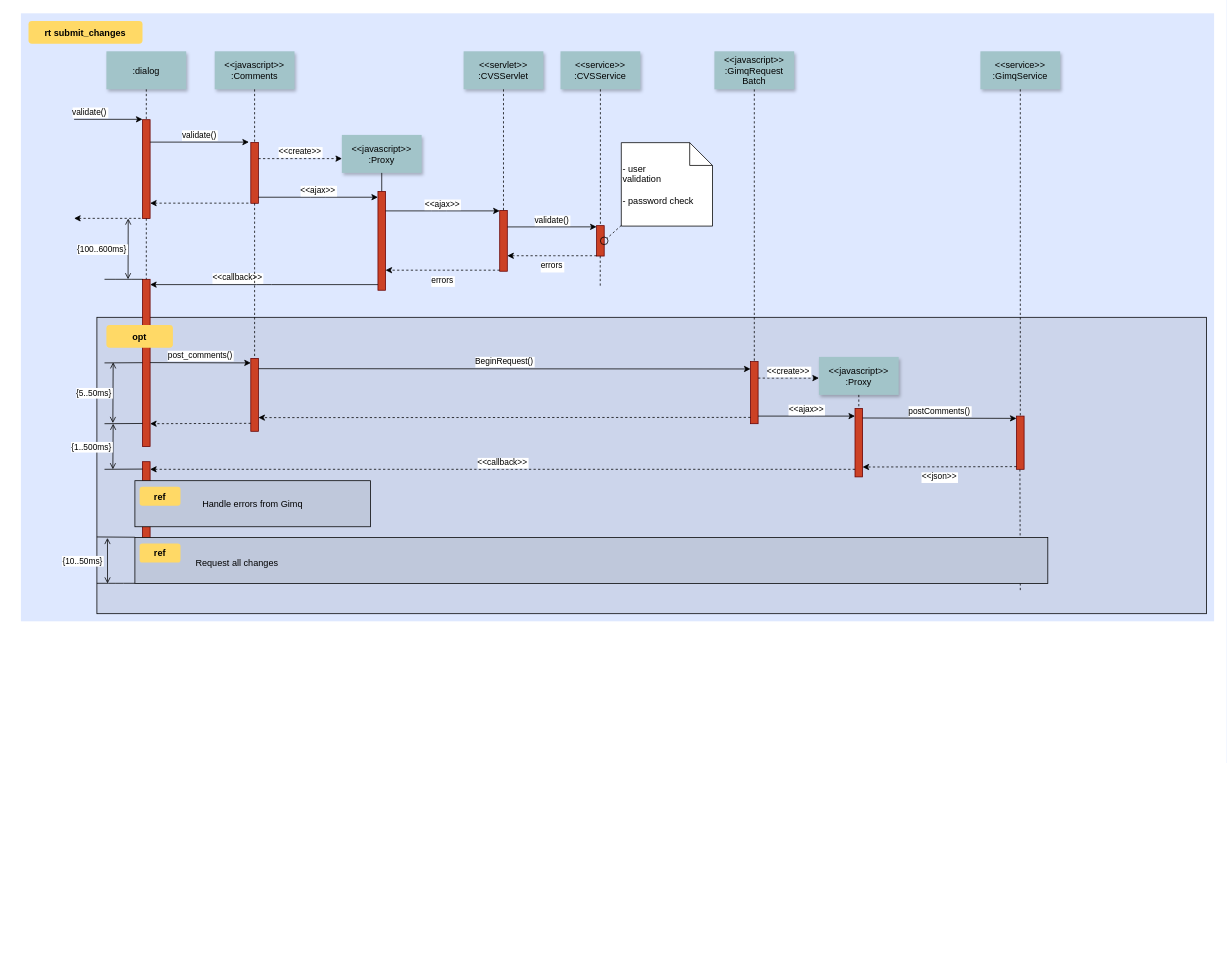
Above: 规则执行逻辑.drawio in Pumpkin9841/pictures (draw.io), before the change. Source tidied: cells renumbered, new cells numbered last; positions are measured from the earlier drawing's top-left corner, leaving out a move shared by most shapes. Both pictures are drawn from the tidied source at 76%, with x=0, y=0 at pixel (21, 13).
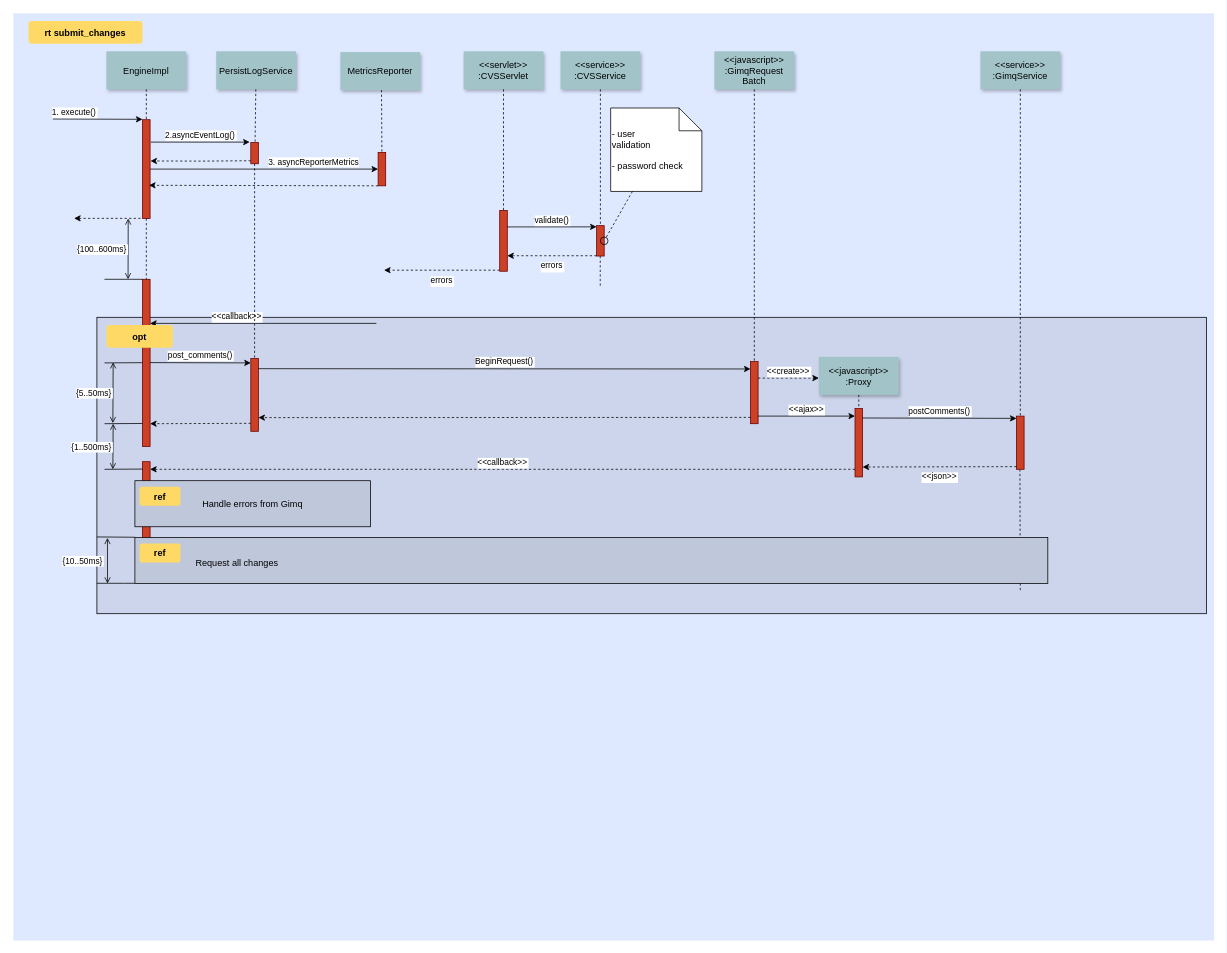
The same diagram, later.

Commit message:
更新规则执行逻辑.drawio

The change refers to these unchanged cells:
```xml
<mxCell id="5" style="fillColor=#CC4125;strokeColor=#660000;" parent="1" vertex="1">
  <mxGeometry x="160" y="140" width="10" height="130" as="geometry" />
</mxCell>
<mxCell id="19" style="fillColor=#CC4125;strokeColor=#660000;" parent="1" vertex="1">
  <mxGeometry x="630" y="259.4" width="10" height="80" as="geometry" />
</mxCell>
<mxCell id="35" style="fillColor=#CC4125;strokeColor=#660000;" parent="1" vertex="1">
  <mxGeometry x="160" y="350" width="10" height="220" as="geometry" />
</mxCell>
```

What changed in the source:
```diff
@@
     <mxCell id="2" style="fillColor=#DEE8FF;strokeColor=none;" parent="1" vertex="1">
-      <mxGeometry width="1570" height="800" as="geometry" />
+      <mxGeometry x="-10" width="1580" height="1220" as="geometry" />
     </mxCell>
@@
+    <mxCell id="75" style="edgeStyle=orthogonalEdgeStyle;rounded=0;jettySize=auto;html=1;" parent="1" edge="1" source="5" target="80">
+      <mxGeometry relative="1" as="geometry" />
+    </mxCell>
+    <mxCell id="76" value="3. asyncReporterMetrics" style="edgeLabel;html=1;align=center;verticalAlign=middle;" parent="75" vertex="1">
+      <mxGeometry x="0.34" y="2" relative="1" as="geometry">
+        <mxPoint x="13" y="-8" as="offset" />
+      </mxGeometry>
+    </mxCell>
@@
-    <mxCell id="6" value="validate()" style="edgeStyle=none;verticalLabelPosition=top;verticalAlign=bottom;labelPosition=left;align=right;" parent="1" edge="1">
+    <mxCell id="6" value="1. execute()" style="edgeStyle=none;verticalLabelPosition=top;verticalAlign=bottom;labelPosition=left;align=right;exitX=0.033;exitY=0.114;exitDx=0;exitDy=0;exitPerimeter=0;" parent="1" edge="1" source="2">
       <mxGeometry x="110" y="49.5" as="geometry">
-        <mxPoint x="70" y="139.5" as="sourcePoint" />
         <mxPoint x="160" y="139.5" as="targetPoint" />
       </mxGeometry>
     </mxCell>
-    <mxCell id="7" value=":dialog" style="shadow=1;fillColor=#A2C4C9;strokeColor=none;" parent="1" vertex="1">
+    <mxCell id="7" value="EngineImpl" style="shadow=1;fillColor=#A2C4C9;strokeColor=none;" parent="1" vertex="1">
       <mxGeometry x="112.5" y="50" width="105" height="50" as="geometry" />
     </mxCell>
+    <mxCell id="77" style="edgeStyle=orthogonalEdgeStyle;rounded=0;orthogonalLoop=1;jettySize=auto;html=1;entryX=1.055;entryY=0.341;entryDx=0;entryDy=0;entryPerimeter=0;dashed=1;" parent="1" edge="1">
+      <mxGeometry relative="1" as="geometry">
+        <mxPoint x="302.5" y="194" as="sourcePoint" />
+        <mxPoint x="170.5" y="194.3" as="targetPoint" />
+      </mxGeometry>
+    </mxCell>
     <mxCell id="8" style="fillColor=#CC4125;strokeColor=#660000;" parent="1" vertex="1">
-      <mxGeometry x="302.5" y="170" width="10" height="80" as="geometry" />
+      <mxGeometry x="302.5" y="170" width="10" height="28" as="geometry" />
     </mxCell>
-    <mxCell id="9" value="&lt;&lt;javascript&gt;&gt;&#10;:Comments" style="shadow=1;fillColor=#A2C4C9;strokeColor=none;" parent="1" vertex="1">
-      <mxGeometry x="255" y="50" width="105" height="50" as="geometry" />
+    <mxCell id="9" value="PersistLogService" style="shadow=1;fillColor=#A2C4C9;strokeColor=none;" parent="1" vertex="1">
+      <mxGeometry x="257" y="50" width="105" height="50" as="geometry" />
     </mxCell>
-    <mxCell id="10" style="edgeStyle=none;endArrow=none;dashed=1;" parent="1" edge="1" source="9" target="8">
-      <mxGeometry x="272.3" y="165" as="geometry" />
+    <mxCell id="10" style="edgeStyle=none;endArrow=none;dashed=1;" parent="1" edge="1">
+      <mxGeometry x="272.3" y="165" as="geometry">
+        <mxPoint x="309.1" y="100" as="sourcePoint" />
+        <mxPoint x="308.1" y="170" as="targetPoint" />
+      </mxGeometry>
     </mxCell>
-    <mxCell id="11" value="validate()" style="edgeStyle=none;verticalLabelPosition=top;verticalAlign=bottom;" parent="1" edge="1">
-      <mxGeometry x="220" y="92" as="geometry">
-        <mxPoint x="170" y="169.5" as="sourcePoint" />
-        <mxPoint x="300" y="169.5" as="targetPoint" />
+    <mxCell id="11" value="2.asyncEventLog()" style="edgeStyle=none;verticalLabelPosition=top;verticalAlign=bottom;" parent="1" edge="1">
+      <mxGeometry x="221" y="92" as="geometry">
+        <mxPoint x="171" y="169.5" as="sourcePoint" />
+        <mxPoint x="301" y="169.5" as="targetPoint" />
       </mxGeometry>
     </mxCell>
-    <mxCell id="12" style="edgeStyle=none;verticalLabelPosition=top;verticalAlign=bottom;endArrow=none;startArrow=classic;dashed=1;" parent="1" edge="1">
-      <mxGeometry x="220" y="172.3" as="geometry">
-        <mxPoint x="170" y="249.8" as="sourcePoint" />
-        <mxPoint x="300" y="249.8" as="targetPoint" />
-      </mxGeometry>
-    </mxCell>
@@
-    <mxCell id="14" value="&lt;&lt;create&gt;&gt;" style="edgeStyle=none;verticalLabelPosition=top;verticalAlign=bottom;dashed=1;" parent="1" edge="1">
-      <mxGeometry x="385.5" y="113.9" as="geometry">
-        <mxPoint x="312.5" y="191.2" as="sourcePoint" />
-        <mxPoint x="422.5" y="191.2" as="targetPoint" />
-      </mxGeometry>
-    </mxCell>
-    <mxCell id="15" value="&lt;&lt;javascript&gt;&gt;&#10;:Proxy" style="shadow=1;fillColor=#A2C4C9;strokeColor=none;" parent="1" vertex="1">
-      <mxGeometry x="422.3" y="160" width="105" height="50" as="geometry" />
+    <mxCell id="15" value="MetricsReporter" style="shadow=1;fillColor=#A2C4C9;strokeColor=none;" parent="1" vertex="1">
+      <mxGeometry x="420.3" y="51" width="105" height="50" as="geometry" />
     </mxCell>
-    <mxCell id="16" style="edgeStyle=none;endArrow=none;" parent="1" edge="1" source="15" target="17">
-      <mxGeometry x="437" y="270" as="geometry" />
-    </mxCell>
-    <mxCell id="17" style="fillColor=#CC4125;strokeColor=#660000;" parent="1" vertex="1">
-      <mxGeometry x="469.8" y="234.4" width="10" height="130" as="geometry" />
-    </mxCell>
-    <mxCell id="18" value="&lt;&lt;ajax&gt;&gt;" style="edgeStyle=elbowEdgeStyle;elbow=vertical;verticalLabelPosition=top;verticalAlign=bottom;" parent="1" edge="1" source="8" target="17">
-      <mxGeometry x="350" y="290" as="geometry" />
-    </mxCell>
@@
-    <mxCell id="25" value="&lt;&lt;ajax&gt;&gt;" style="edgeStyle=elbowEdgeStyle;elbow=vertical;verticalLabelPosition=top;verticalAlign=bottom;" parent="1" edge="1" source="17" target="19">
-      <mxGeometry x="540" y="270" as="geometry">
-        <Array as="points">
-          <mxPoint x="550" y="260" />
-        </Array>
-      </mxGeometry>
-    </mxCell>
-    <mxCell id="26" value="errors" style="edgeStyle=elbowEdgeStyle;elbow=vertical;dashed=1;verticalLabelPosition=bottom;verticalAlign=top;" parent="1" edge="1" source="19" target="17">
+    <mxCell id="26" value="errors" style="edgeStyle=elbowEdgeStyle;elbow=vertical;dashed=1;verticalLabelPosition=bottom;verticalAlign=top;" parent="1" edge="1" source="19">
       <mxGeometry x="550" y="280" as="geometry">
+        <mxPoint x="477.8" y="338" as="targetPoint" />
         <Array as="points">
           <mxPoint x="553" y="338" />
         </Array>
       </mxGeometry>
     </mxCell>
@@
     <mxCell id="33" value=" - user&#10; validation&#10;&#10; - password check" style="shape=note;align=left;" parent="1" vertex="1">
-      <mxGeometry x="790" y="170.2" width="120" height="109.8" as="geometry" />
+      <mxGeometry x="776" y="124.6" width="120" height="109.8" as="geometry" />
     </mxCell>
@@
-    <mxCell id="36" value="             &lt;&lt;callback&gt;&gt;                                " style="edgeStyle=elbowEdgeStyle;elbow=vertical;dashed=0;verticalLabelPosition=top;verticalAlign=bottom;align=right;" parent="1" edge="1" source="17" target="35">
-      <mxGeometry x="190" y="329.8" as="geometry" />
+    <mxCell id="36" value="             &lt;&lt;callback&gt;&gt;                                " style="edgeStyle=elbowEdgeStyle;elbow=vertical;dashed=0;verticalLabelPosition=top;verticalAlign=bottom;align=right;" parent="1" edge="1" target="35">
+      <mxGeometry x="190" y="329.8" as="geometry">
+        <mxPoint x="467.8" y="408" as="sourcePoint" />
+      </mxGeometry>
     </mxCell>
@@
+    <mxCell id="78" style="edgeStyle=none;endArrow=none;dashed=1;" parent="1" edge="1">
+      <mxGeometry x="438" y="270" as="geometry">
+        <mxPoint x="474.5" y="101" as="sourcePoint" />
+        <mxPoint x="475" y="182" as="targetPoint" />
+      </mxGeometry>
+    </mxCell>
+    <mxCell id="79" style="edgeStyle=orthogonalEdgeStyle;rounded=0;jettySize=auto;html=1;exitX=0;exitY=1;exitDx=0;exitDy=0;entryX=0.855;entryY=0.664;entryDx=0;entryDy=0;entryPerimeter=0;dashed=1;" parent="1" edge="1" source="80" target="5">
+      <mxGeometry relative="1" as="geometry">
+        <Array as="points">
+          <mxPoint x="470" y="226" />
+        </Array>
+      </mxGeometry>
+    </mxCell>
+    <mxCell id="80" style="fillColor=#CC4125;strokeColor=#660000;" parent="1" vertex="1">
+      <mxGeometry x="470" y="183" width="10" height="44" as="geometry" />
+    </mxCell>
```
